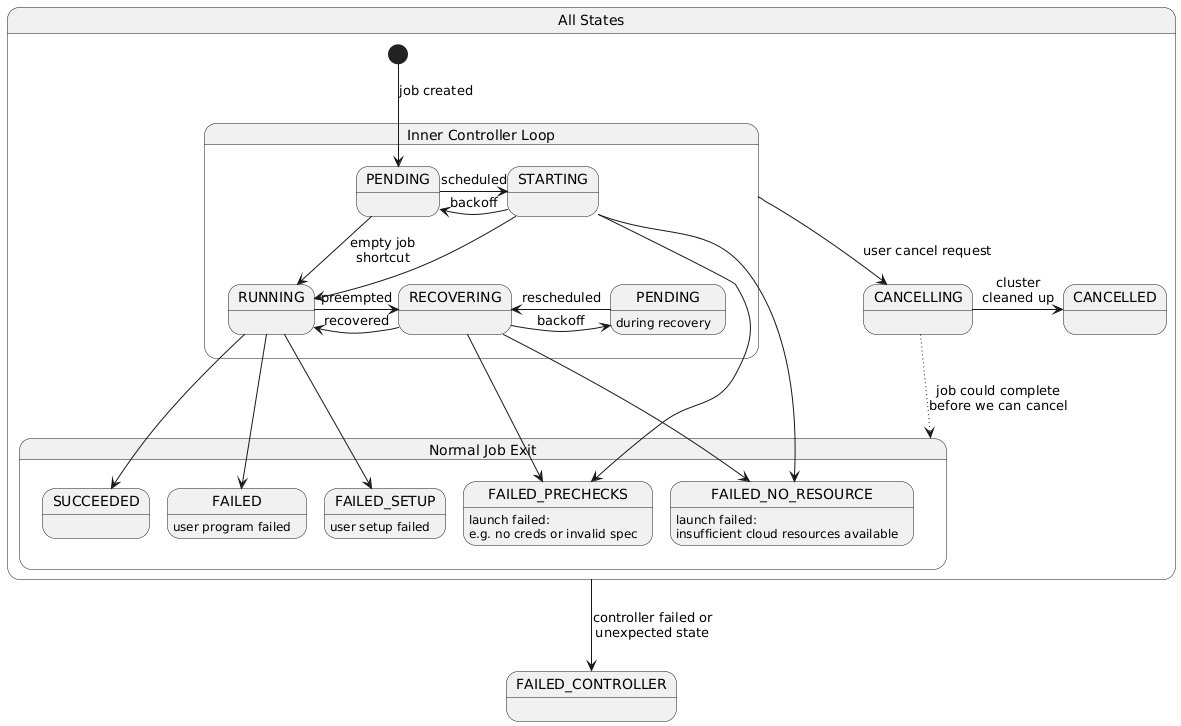
skypilot-org/skypilot keeps this PlantUML diagram as docs/repo-images/managed-job-status-diagram.png. Above is the earlier version.
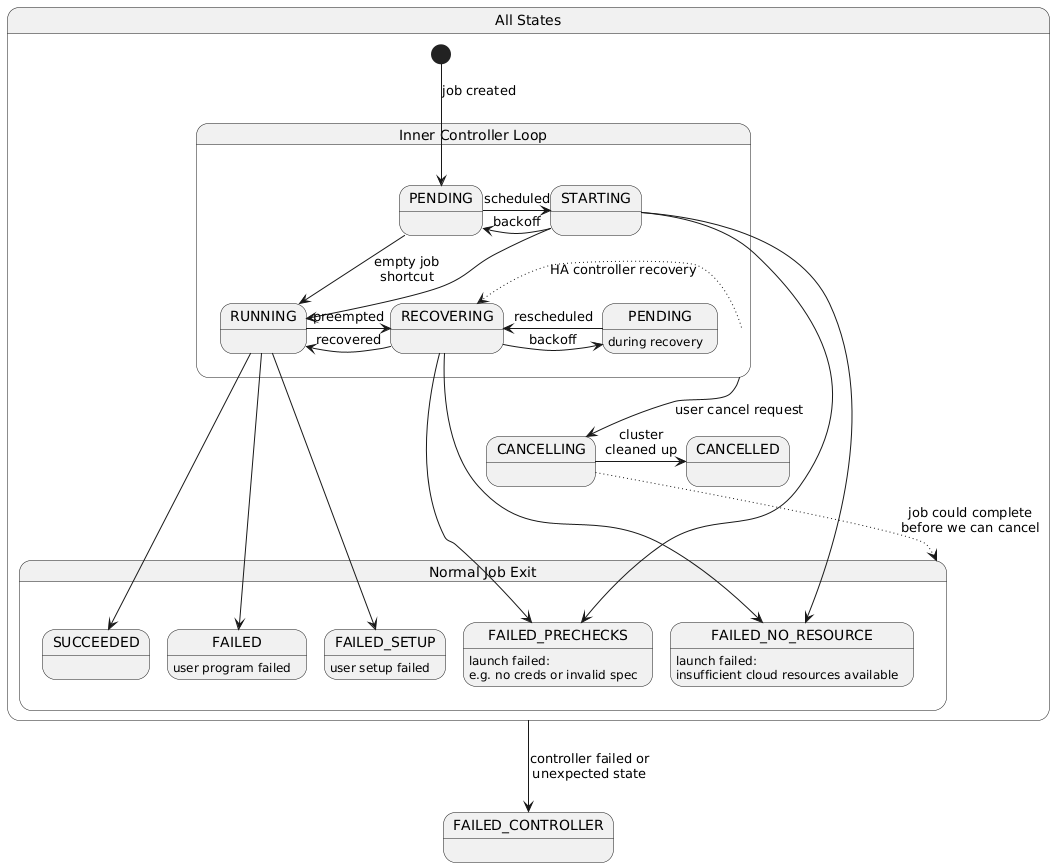
The same file after the commit.

What changed in the source:
```diff
@@ -30,6 +30,7 @@
     }
 
     InnerLoop --> CANCELLING : user cancel request
+    InnerLoop -[dotted]> RECOVERING : HA controller recovery
     CANCELLING -> CANCELLED : cluster\ncleaned up
     CANCELLING -[dotted]-> Terminal: job could complete\nbefore we can cancel
 }
```
